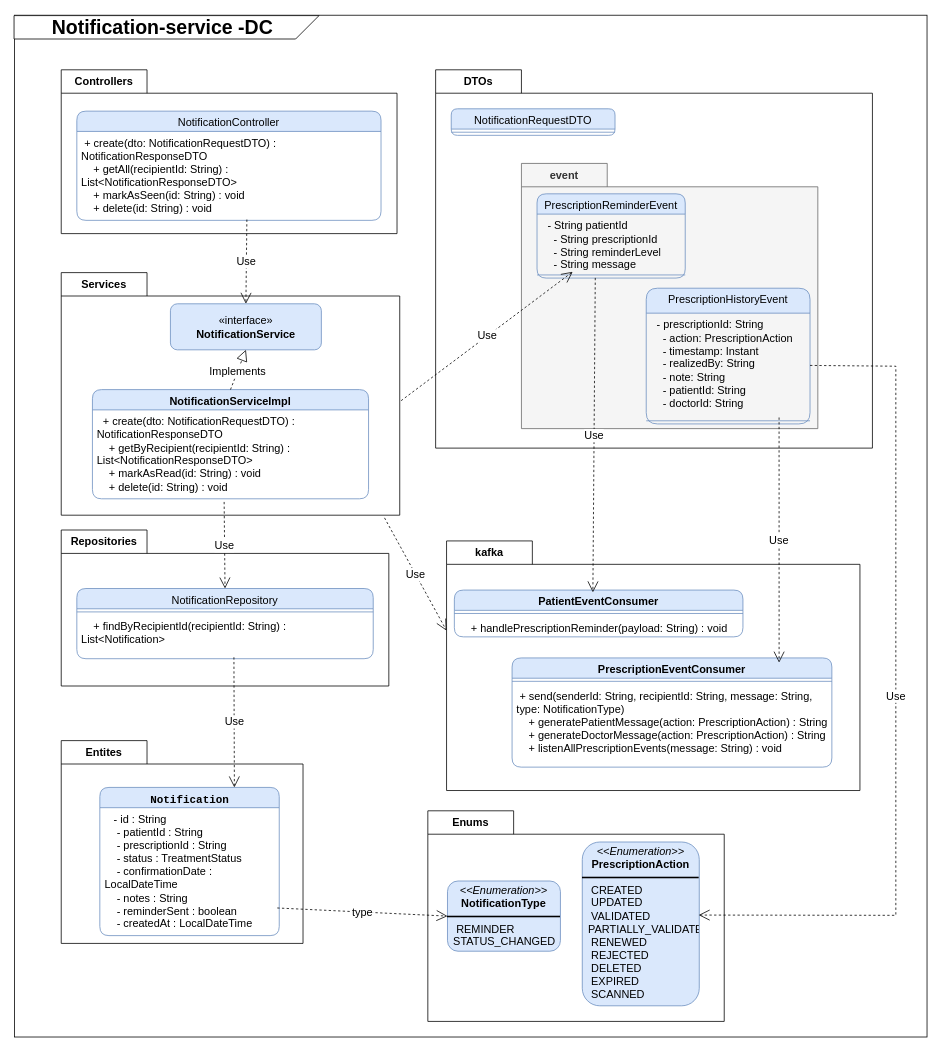
This is notif class .drawio from siwar630/Conception-pfe, a draw.io file, before an edit. Source tidied: cells renumbered, new cells numbered last; positions are measured from the earlier drawing's top-left corner, leaving out a move shared by most shapes. Both pictures are drawn from the tidied source at 78%, with x=0, y=0 at pixel (14, -126).
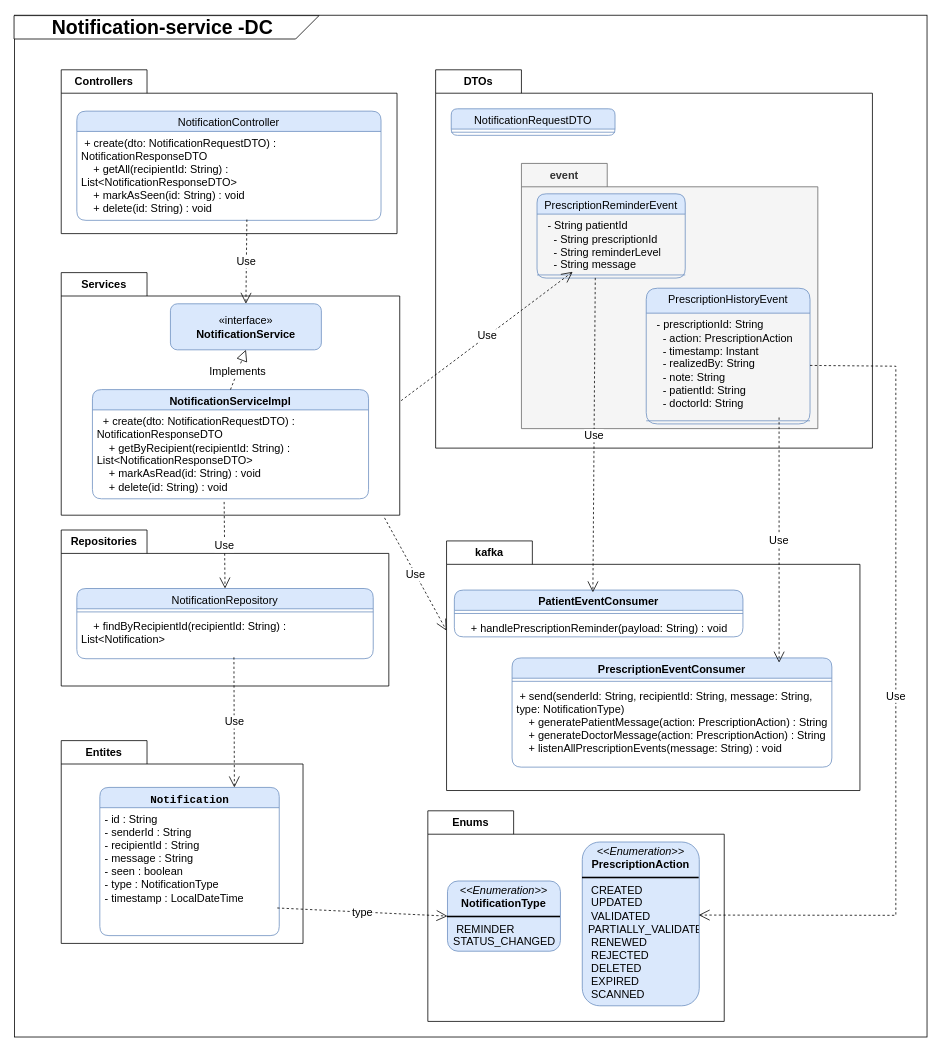
The same diagram, later.

Commit message:
Mettre à jour notif class .drawio

The change refers to these unchanged cells:
```xml
<mxCell id="4" value="&lt;div style=&quot;text-align: left;&quot;&gt;&lt;font face=&quot;monospace&quot;&gt;Notification&lt;/font&gt;&lt;/div&gt;" style="swimlane;fontStyle=1;align=center;verticalAlign=top;horizontal=1;startSize=26;whiteSpace=wrap;html=1;fillColor=#dae8fc;strokeColor=#6c8ebf;rounded=1;fontSize=14;" parent="3" vertex="1">
  <mxGeometry x="49.5" y="60" width="230" height="190" as="geometry" />
</mxCell>
```

Diff of the diagram source:
```diff
@@
-    <mxCell id="5" value="&lt;div&gt;&amp;nbsp; &amp;nbsp;- id : String&lt;/div&gt;&lt;div&gt;&amp;nbsp; &amp;nbsp; - patientId : String&lt;/div&gt;&lt;div&gt;&amp;nbsp; &amp;nbsp; - prescriptionId : String&lt;/div&gt;&lt;div&gt;&amp;nbsp; &amp;nbsp; - status : TreatmentStatus&lt;/div&gt;&lt;div&gt;&amp;nbsp; &amp;nbsp; - confirmationDate : LocalDateTime&lt;/div&gt;&lt;div&gt;&amp;nbsp; &amp;nbsp; - notes : String&lt;/div&gt;&lt;div&gt;&amp;nbsp; &amp;nbsp; - reminderSent : boolean&lt;/div&gt;&lt;div&gt;&amp;nbsp; &amp;nbsp; - createdAt : LocalDateTime&lt;/div&gt;" style="text;strokeColor=none;fillColor=none;align=left;verticalAlign=top;spacingLeft=4;spacingRight=4;overflow=hidden;points=[[0,0.5],[1,0.5]];portConstraint=eastwest;whiteSpace=wrap;html=1;rounded=1;fontSize=14;" parent="4" vertex="1">
+    <mxCell id="5" value="&lt;div&gt;- id : String&lt;/div&gt;&lt;div&gt;- senderId : String&lt;/div&gt;&lt;div&gt;- recipientId : String&lt;/div&gt;&lt;div&gt;- message : String&lt;/div&gt;&lt;div&gt;- seen : boolean&lt;/div&gt;&lt;div&gt;- type : NotificationType&lt;/div&gt;&lt;div&gt;- timestamp : LocalDateTime&lt;/div&gt;" style="text;strokeColor=none;fillColor=none;align=left;verticalAlign=top;spacingLeft=4;spacingRight=4;overflow=hidden;points=[[0,0.5],[1,0.5]];portConstraint=eastwest;whiteSpace=wrap;html=1;rounded=1;fontSize=14;" parent="4" vertex="1">
       <mxGeometry y="26" width="230" height="164" as="geometry" />
     </mxCell>
```
